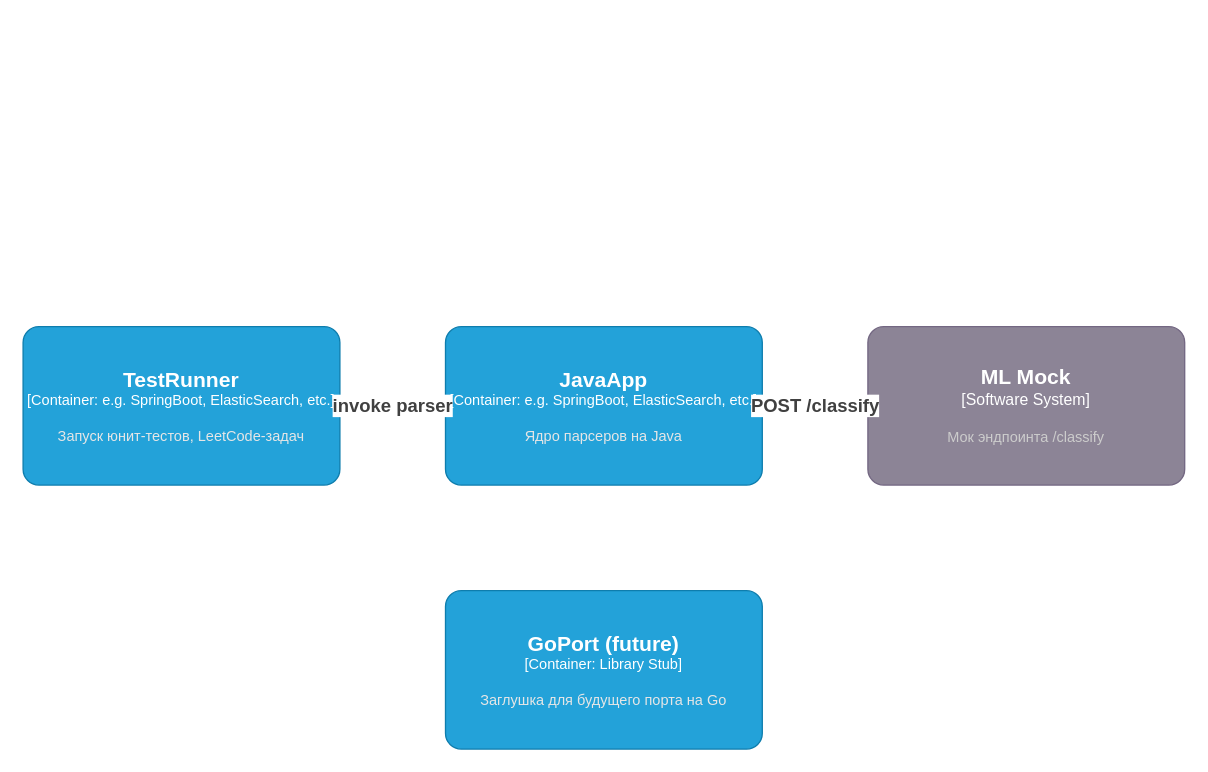
The draw.io diagram page "02-containers" (2 of 4) of oopJava/assignments/lambda-parser/src/main/resources/c4_diagram.drawio in Nokhrin/silly_bus, before the edit. Source tidied: cells renumbered, new cells numbered last; positions are measured from the earlier drawing's top-left corner, leaving out a move shared by most shapes. Both pictures are drawn from the tidied source at 132%, with x=0, y=0 at pixel (22, 326).
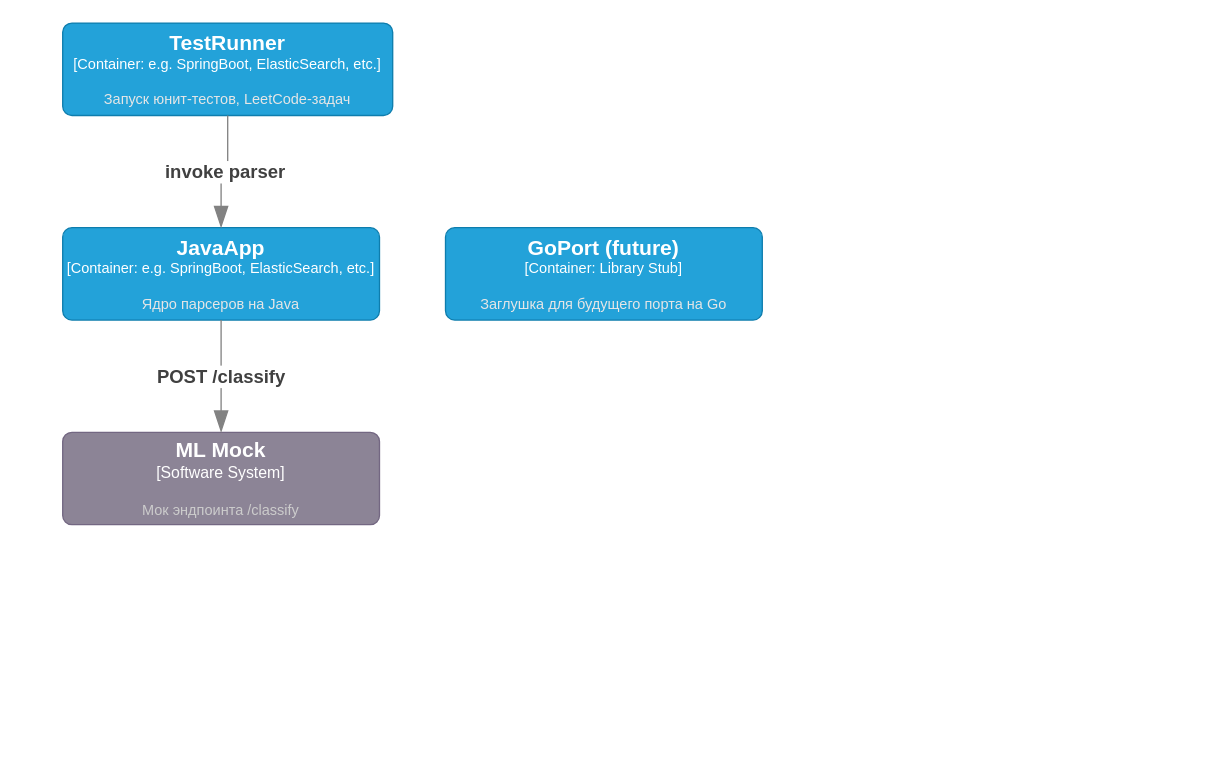
The same diagram, later.

The edit, as a diff of the source:
```diff
@@
 <mxGraphModel>
   <root>
     <mxCell id="0" />
     <mxCell id="1" parent="0" />
     <object id="2" label="&lt;font style=&quot;font-size: 16px&quot;&gt;&lt;b&gt;%c4Name%&lt;/b&gt;&lt;/font&gt;&lt;div&gt;[%c4Type%]&lt;/div&gt;&lt;br&gt;&lt;div&gt;&lt;font style=&quot;font-size: 11px&quot;&gt;&lt;font color=&quot;#cccccc&quot;&gt;%c4Description%&lt;/font&gt;&lt;/div&gt;" c4Description="Мок эндпоинта /classify" c4Name="ML Mock" c4Type="Software System" placeholders="1">
       <mxCell style="rounded=1;whiteSpace=wrap;html=1;labelBackgroundColor=none;fillColor=#8C8496;fontColor=#ffffff;align=center;arcSize=10;strokeColor=#736782;points=[[0.25,0,0],[0.5,0,0],[0.75,0,0],[1,0.25,0],[1,0.5,0],[1,0.75,0],[0.75,1,0],[0.5,1,0],[0.25,1,0],[0,0.75,0],[0,0.5,0],[0,0.25,0]];" parent="1" vertex="1">
-        <mxGeometry x="640" width="240" height="120" as="geometry" />
+        <mxGeometry x="30" y="80" width="240" height="70" as="geometry" />
       </mxCell>
     </object>
     <object id="3" label="&lt;font style=&quot;font-size: 16px&quot;&gt;&lt;b&gt;%c4Name%&lt;/b&gt;&lt;/font&gt;&lt;div&gt;[%c4Type%: %c4Technology%]&lt;/div&gt;&lt;br&gt;&lt;div&gt;&lt;font style=&quot;font-size: 11px&quot;&gt;&lt;font color=&quot;#E6E6E6&quot;&gt;%c4Description%&lt;/font&gt;&lt;/div&gt;" c4Description="Ядро парсеров на Java" c4Name="JavaApp" c4Technology="e.g. SpringBoot, ElasticSearch, etc." c4Type="Container" placeholders="1">
       <mxCell style="rounded=1;whiteSpace=wrap;html=1;fontSize=11;labelBackgroundColor=none;fillColor=#23A2D9;fontColor=#ffffff;align=center;arcSize=10;strokeColor=#0E7DAD;points=[[0.25,0,0],[0.5,0,0],[0.75,0,0],[1,0.25,0],[1,0.5,0],[1,0.75,0],[0.75,1,0],[0.5,1,0],[0.25,1,0],[0,0.75,0],[0,0.5,0],[0,0.25,0]];" parent="1" vertex="1">
-        <mxGeometry x="320" width="240" height="120" as="geometry" />
+        <mxGeometry x="30" y="-75" width="240" height="70" as="geometry" />
       </mxCell>
     </object>
     <object id="4" label="&lt;font style=&quot;font-size: 16px&quot;&gt;&lt;b&gt;%c4Name%&lt;/b&gt;&lt;/font&gt;&lt;div&gt;[%c4Type%: %c4Technology%]&lt;/div&gt;&lt;br&gt;&lt;div&gt;&lt;font style=&quot;font-size: 11px&quot;&gt;&lt;font color=&quot;#E6E6E6&quot;&gt;%c4Description%&lt;/font&gt;&lt;/div&gt;" c4Description="Запуск юнит-тестов, LeetCode-задач" c4Name="TestRunner" c4Technology="e.g. SpringBoot, ElasticSearch, etc." c4Type="Container" placeholders="1">
       <mxCell style="rounded=1;whiteSpace=wrap;html=1;fontSize=11;labelBackgroundColor=none;fillColor=#23A2D9;fontColor=#ffffff;align=center;arcSize=10;strokeColor=#0E7DAD;points=[[0.25,0,0],[0.5,0,0],[0.75,0,0],[1,0.25,0],[1,0.5,0],[1,0.75,0],[0.75,1,0],[0.5,1,0],[0.25,1,0],[0,0.75,0],[0,0.5,0],[0,0.25,0]];" parent="1" vertex="1">
-        <mxGeometry width="240" height="120" as="geometry" />
+        <mxGeometry x="30" y="-230" width="250" height="70" as="geometry" />
       </mxCell>
     </object>
     <object id="5" label="&lt;font style=&quot;font-size: 16px&quot;&gt;&lt;b&gt;%c4Name%&lt;/b&gt;&lt;/font&gt;&lt;div&gt;[%c4Type%: %c4Technology%]&lt;/div&gt;&lt;br&gt;&lt;div&gt;&lt;font style=&quot;font-size: 11px&quot;&gt;&lt;font color=&quot;#E6E6E6&quot;&gt;%c4Description%&lt;/font&gt;&lt;/div&gt;" c4Description="Заглушка для будущего порта на Go" c4Name="GoPort (future)" c4Technology="Library Stub" c4Type="Container" placeholders="1">
       <mxCell style="rounded=1;whiteSpace=wrap;html=1;fontSize=11;labelBackgroundColor=none;fillColor=#23A2D9;fontColor=#ffffff;align=center;arcSize=10;strokeColor=#0E7DAD;" parent="1" vertex="1">
-        <mxGeometry x="320" y="200" width="240" height="120" as="geometry" />
+        <mxGeometry x="320" y="-75" width="240" height="70" as="geometry" />
       </mxCell>
     </object>
     <object id="6" label="&lt;div style=&quot;text-align: left&quot;&gt;&lt;div style=&quot;text-align: center&quot;&gt;&lt;b&gt;%c4Description%&lt;/b&gt;&lt;/div&gt;&lt;/div&gt;" c4Description="invoke parser" placeholders="1">
-      <mxCell style="endArrow=blockThin;html=1;fontSize=14;fontColor=#404040;strokeWidth=1;endFill=1;strokeColor=#828282;elbow=vertical;endSize=14;startSize=14;jumpStyle=arc;jumpSize=16;rounded=0;edgeStyle=orthogonalEdgeStyle;exitX=1;exitY=0.5;exitDx=0;exitDy=0;exitPerimeter=0;entryX=0;entryY=0.5;entryDx=0;entryDy=0;entryPerimeter=0;" parent="1" edge="1" source="4" target="3">
+      <mxCell style="endArrow=blockThin;html=1;fontSize=14;fontColor=#404040;strokeWidth=1;endFill=1;strokeColor=#828282;elbow=vertical;endSize=14;startSize=14;jumpStyle=arc;jumpSize=16;rounded=0;edgeStyle=orthogonalEdgeStyle;exitX=0.5;exitY=1;exitDx=0;exitDy=0;exitPerimeter=0;entryX=0.5;entryY=0;entryDx=0;entryDy=0;entryPerimeter=0;" parent="1" edge="1" source="4" target="3">
         <mxGeometry relative="1" as="geometry" />
       </mxCell>
     </object>
     <object id="7" label="&lt;div style=&quot;text-align: left&quot;&gt;&lt;div style=&quot;text-align: center&quot;&gt;&lt;b&gt;%c4Description%&lt;/b&gt;&lt;/div&gt;&lt;/div&gt;" c4Description="POST /classify" placeholders="1">
-      <mxCell style="endArrow=blockThin;html=1;fontSize=14;fontColor=#404040;strokeWidth=1;endFill=1;strokeColor=#828282;elbow=vertical;endSize=14;startSize=14;jumpStyle=arc;jumpSize=16;rounded=0;edgeStyle=orthogonalEdgeStyle;exitX=1;exitY=0.5;exitDx=0;exitDy=0;exitPerimeter=0;entryX=0;entryY=0.5;entryDx=0;entryDy=0;entryPerimeter=0;" parent="1" edge="1" source="3" target="2">
+      <mxCell style="endArrow=blockThin;html=1;fontSize=14;fontColor=#404040;strokeWidth=1;endFill=1;strokeColor=#828282;elbow=vertical;endSize=14;startSize=14;jumpStyle=arc;jumpSize=16;rounded=0;edgeStyle=orthogonalEdgeStyle;exitX=0.5;exitY=1;exitDx=0;exitDy=0;exitPerimeter=0;entryX=0.5;entryY=0;entryDx=0;entryDy=0;entryPerimeter=0;" parent="1" edge="1" source="3" target="2">
         <mxGeometry relative="1" as="geometry" />
       </mxCell>
     </object>
   </root>
 </mxGraphModel>
```
